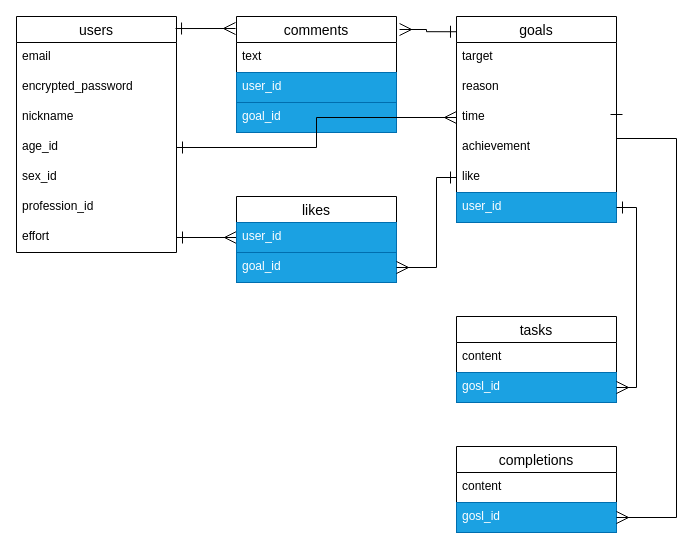
Earlier version of the draw.io diagram main.dio (kei11235/mainapp). Source tidied: cells renumbered, new cells numbered last; positions are measured from the earlier drawing's top-left corner, leaving out a move shared by most shapes. Both pictures are drawn from the tidied source at 100%, with x=0, y=0 at pixel (16, 16).
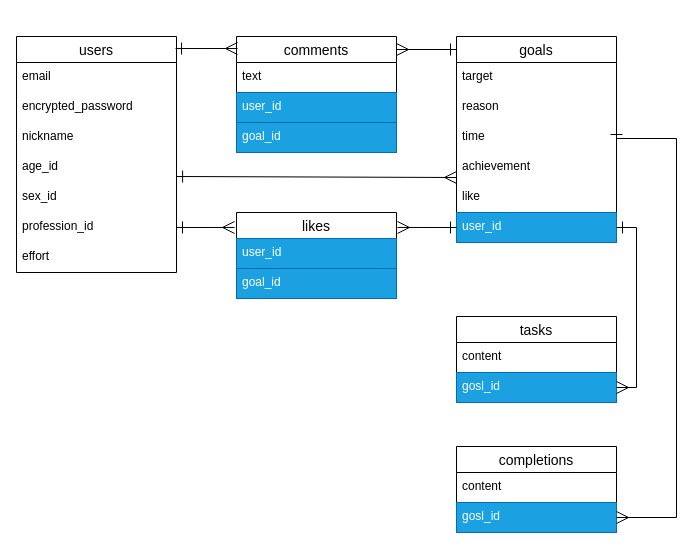
The same diagram, later.

Unchanged cells that the change refers to:
```xml
<mxCell id="6" value="age_id" style="text;strokeColor=none;fillColor=none;spacingLeft=4;spacingRight=4;overflow=hidden;points=[[0,0.5],[1,0.5]];portConstraint=eastwest;fontSize=12;" parent="2" vertex="1">
  <mxGeometry y="116" width="160" height="30" as="geometry" />
</mxCell>
<mxCell id="8" value="profession_id" style="text;strokeColor=none;fillColor=none;spacingLeft=4;spacingRight=4;overflow=hidden;points=[[0,0.5],[1,0.5]];portConstraint=eastwest;fontSize=12;" parent="2" vertex="1">
  <mxGeometry y="176" width="160" height="30" as="geometry" />
</mxCell>
<mxCell id="9" value="effort" style="text;strokeColor=none;fillColor=none;spacingLeft=4;spacingRight=4;overflow=hidden;points=[[0,0.5],[1,0.5]];portConstraint=eastwest;fontSize=12;" parent="2" vertex="1">
  <mxGeometry y="206" width="160" height="30" as="geometry" />
</mxCell>
<mxCell id="13" value="time" style="text;strokeColor=none;fillColor=none;spacingLeft=4;spacingRight=4;overflow=hidden;points=[[0,0.5],[1,0.5]];portConstraint=eastwest;fontSize=12;" parent="10" vertex="1">
  <mxGeometry y="86" width="160" height="30" as="geometry" />
</mxCell>
<mxCell id="16" value="user_id" style="text;strokeColor=#006EAF;fillColor=#1ba1e2;spacingLeft=4;spacingRight=4;overflow=hidden;points=[[0,0.5],[1,0.5]];portConstraint=eastwest;fontSize=12;fontColor=#ffffff;" parent="10" vertex="1">
  <mxGeometry y="176" width="160" height="30" as="geometry" />
</mxCell>
<mxCell id="30" value="user_id" style="text;strokeColor=#006EAF;fillColor=#1ba1e2;spacingLeft=4;spacingRight=4;overflow=hidden;points=[[0,0.5],[1,0.5]];portConstraint=eastwest;fontSize=12;fontColor=#ffffff;" parent="29" vertex="1">
  <mxGeometry y="26" width="160" height="30" as="geometry" />
</mxCell>
<mxCell id="31" value="goal_id" style="text;strokeColor=#006EAF;fillColor=#1ba1e2;spacingLeft=4;spacingRight=4;overflow=hidden;points=[[0,0.5],[1,0.5]];portConstraint=eastwest;fontSize=12;fontColor=#ffffff;" parent="29" vertex="1">
  <mxGeometry y="56" width="160" height="30" as="geometry" />
</mxCell>
```

Change to the diagram source:
```diff
@@
     <mxCell id="2" value="users" style="swimlane;fontStyle=0;horizontal=1;startSize=26;align=center;fontSize=14;" parent="1" vertex="1">
-      <mxGeometry width="160" height="236" as="geometry" />
+      <mxGeometry y="20" width="160" height="236" as="geometry" />
     </mxCell>
@@
     <mxCell id="10" value="goals" style="swimlane;fontStyle=0;horizontal=1;startSize=26;align=center;fontSize=14;" parent="1" vertex="1">
-      <mxGeometry x="440" width="160" height="206" as="geometry" />
+      <mxGeometry x="440" y="20" width="160" height="206" as="geometry" />
     </mxCell>
@@
     <mxCell id="17" value="comments" style="swimlane;fontStyle=0;horizontal=1;startSize=26;align=center;fontSize=14;" parent="1" vertex="1">
-      <mxGeometry x="220" width="160" height="116" as="geometry" />
+      <mxGeometry x="220" y="20" width="160" height="116" as="geometry" />
     </mxCell>
@@
-    <mxCell id="21" style="edgeStyle=orthogonalEdgeStyle;rounded=0;jettySize=auto;html=1;exitX=1;exitY=0.5;exitDx=0;exitDy=0;fontSize=11;startArrow=ERone;startFill=0;endArrow=ERmany;endFill=0;endSize=10;startSize=10;entryX=0;entryY=0.5;entryDx=0;entryDy=0;" parent="1" edge="1" source="9" target="30">
+    <mxCell id="21" style="rounded=0;jettySize=auto;html=1;exitX=1;exitY=0.5;exitDx=0;exitDy=0;fontSize=11;startArrow=ERone;startFill=0;endArrow=ERmany;endFill=0;endSize=10;startSize=10;entryX=-0.012;entryY=0.174;entryDx=0;entryDy=0;entryPerimeter=0;" parent="1" edge="1" source="8" target="29">
       <mxGeometry relative="1" as="geometry" />
     </mxCell>
-    <mxCell id="22" style="edgeStyle=orthogonalEdgeStyle;rounded=0;jettySize=auto;html=1;exitX=0;exitY=0.074;exitDx=0;exitDy=0;entryX=1.019;entryY=0.112;entryDx=0;entryDy=0;fontSize=11;startArrow=ERone;startFill=0;endArrow=ERmany;endFill=0;startSize=10;endSize=10;exitPerimeter=0;entryPerimeter=0;" parent="1" edge="1" source="10" target="17">
-      <mxGeometry relative="1" as="geometry" />
+    <mxCell id="22" style="rounded=0;orthogonalLoop=1;jettySize=auto;html=1;fontSize=11;startArrow=ERone;startFill=0;endArrow=ERmany;endFill=0;startSize=10;endSize=10;" parent="1" edge="1">
+      <mxGeometry relative="1" as="geometry">
+        <mxPoint x="440" y="33" as="sourcePoint" />
+        <mxPoint x="380" y="33" as="targetPoint" />
+      </mxGeometry>
     </mxCell>
@@
     <mxCell id="29" value="likes" style="swimlane;fontStyle=0;horizontal=1;startSize=26;align=center;fontSize=14;" parent="1" vertex="1">
-      <mxGeometry x="220" y="180" width="160" height="86" as="geometry" />
+      <mxGeometry x="220" y="196" width="160" height="86" as="geometry" />
     </mxCell>
@@
     <mxCell id="32" style="rounded=0;jettySize=auto;html=1;exitX=0.994;exitY=0.051;exitDx=0;exitDy=0;fontSize=11;startArrow=ERone;startFill=0;endArrow=ERmany;endFill=0;startSize=10;endSize=10;exitPerimeter=0;" parent="1" edge="1" source="2">
       <mxGeometry relative="1" as="geometry">
-        <mxPoint x="219" y="12" as="targetPoint" />
+        <mxPoint x="221" y="32" as="targetPoint" />
       </mxGeometry>
     </mxCell>
-    <mxCell id="33" style="edgeStyle=orthogonalEdgeStyle;rounded=0;jettySize=auto;html=1;exitX=0;exitY=0.5;exitDx=0;exitDy=0;fontSize=11;startArrow=ERone;startFill=0;endArrow=ERmany;endFill=0;startSize=10;endSize=10;" parent="1" edge="1" target="31">
-      <mxGeometry relative="1" as="geometry">
-        <mxPoint x="440" y="161" as="sourcePoint" />
-        <Array as="points">
-          <mxPoint x="420" y="161" />
-          <mxPoint x="420" y="251" />
-        </Array>
-      </mxGeometry>
+    <mxCell id="33" style="rounded=0;jettySize=auto;html=1;exitX=0;exitY=0.5;exitDx=0;exitDy=0;fontSize=11;startArrow=ERone;startFill=0;endArrow=ERmany;endFill=0;startSize=10;endSize=10;entryX=1.006;entryY=0.174;entryDx=0;entryDy=0;entryPerimeter=0;" parent="1" edge="1" source="16" target="29">
+      <mxGeometry relative="1" as="geometry" />
     </mxCell>
-    <mxCell id="34" style="edgeStyle=orthogonalEdgeStyle;rounded=0;jettySize=auto;html=1;entryX=0;entryY=0.5;entryDx=0;entryDy=0;fontSize=11;startArrow=ERone;startFill=0;endArrow=ERmany;endFill=0;startSize=10;endSize=10;" parent="1" edge="1" source="6" target="13">
-      <mxGeometry relative="1" as="geometry" />
+    <mxCell id="34" style="rounded=0;orthogonalLoop=1;jettySize=auto;html=1;fontSize=11;startArrow=ERone;startFill=0;endArrow=ERmany;endFill=0;startSize=10;endSize=10;entryX=-0.012;entryY=0.833;entryDx=0;entryDy=0;exitX=0.988;exitY=-0.1;exitDx=0;exitDy=0;exitPerimeter=0;entryPerimeter=0;" parent="1" edge="1">
+      <mxGeometry relative="1" as="geometry">
+        <mxPoint x="160.1" y="160" as="sourcePoint" />
+        <mxPoint x="440.1" y="161" as="targetPoint" />
+      </mxGeometry>
     </mxCell>
```
